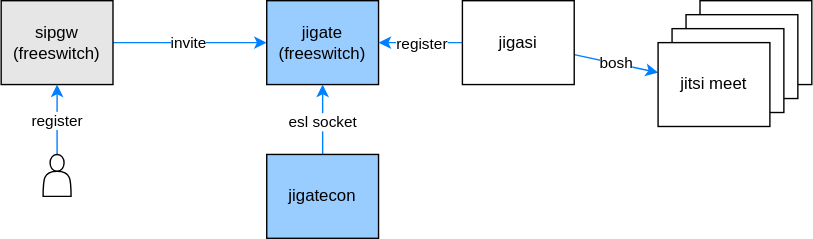
Above: jigate.drawio.svg in jitsi-contrib/jigate (draw.io), before the change. Source tidied: cells renumbered, new cells last; positions are measured from the earlier drawing's top-left corner, leaving out a move shared by most shapes.
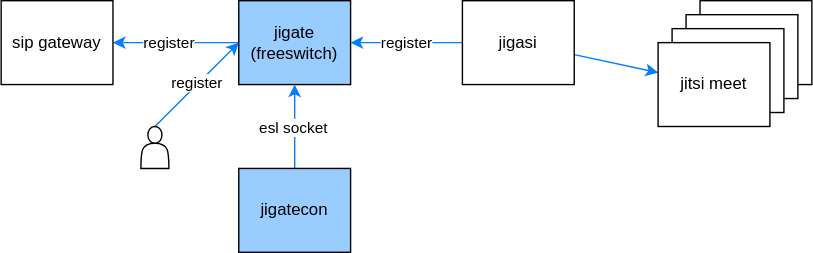
Above is the later version.

What changed in the source:
```diff
@@ -2,17 +2,19 @@
   <root>
     <mxCell id="0" />
     <mxCell id="1" parent="0" />
-    <mxCell id="2" style="edgeStyle=none;html=1;strokeColor=#007FFF;" parent="1" edge="1" source="4" target="5">
+    <mxCell id="2" style="edgeStyle=none;html=1;strokeColor=#007FFF;exitX=0;exitY=0.5;exitDx=0;exitDy=0;entryX=1;entryY=0.5;entryDx=0;entryDy=0;" parent="1" edge="1" source="5" target="4">
       <mxGeometry relative="1" as="geometry" />
     </mxCell>
-    <mxCell id="3" value="invite" style="edgeLabel;html=1;align=center;verticalAlign=middle;strokeColor=#007FFF;" parent="2" vertex="1">
-      <mxGeometry x="-0.04" y="1" relative="1" as="geometry" />
+    <mxCell id="3" value="register" style="edgeLabel;html=1;align=center;verticalAlign=middle;strokeColor=#007FFF;" parent="2" vertex="1">
+      <mxGeometry x="-0.04" y="1" relative="1" as="geometry">
+        <mxPoint x="-7" y="-1" as="offset" />
+      </mxGeometry>
     </mxCell>
-    <mxCell id="4" value="sipgw&lt;br&gt;(freeswitch)" style="rounded=0;whiteSpace=wrap;html=1;fillColor=#E6E6E6;" parent="1" vertex="1">
+    <mxCell id="4" value="sip gateway" style="rounded=0;whiteSpace=wrap;html=1;fillColor=#FFFFFF;" parent="1" vertex="1">
       <mxGeometry width="80" height="60" as="geometry" />
     </mxCell>
     <mxCell id="5" value="jigate&lt;br&gt;(freeswitch)" style="rounded=0;whiteSpace=wrap;html=1;fillColor=#99CCFF;" parent="1" vertex="1">
-      <mxGeometry x="190" width="80" height="60" as="geometry" />
+      <mxGeometry x="170" width="80" height="60" as="geometry" />
     </mxCell>
     <mxCell id="6" style="edgeStyle=none;html=1;strokeColor=#007FFF;" parent="1" edge="1" source="8" target="5">
       <mxGeometry relative="1" as="geometry" />
@@ -21,15 +23,15 @@
       <mxGeometry x="-0.04" y="1" relative="1" as="geometry" />
     </mxCell>
     <mxCell id="8" value="jigatecon" style="rounded=0;whiteSpace=wrap;html=1;fillColor=#99CCFF;" parent="1" vertex="1">
-      <mxGeometry x="190" y="110" width="80" height="60" as="geometry" />
+      <mxGeometry x="170" y="120" width="80" height="60" as="geometry" />
     </mxCell>
-    <mxCell id="9" style="edgeStyle=none;html=1;strokeColor=#007FFF;exitX=0.5;exitY=0;exitDx=0;exitDy=0;" parent="1" edge="1" source="19" target="4">
+    <mxCell id="9" style="edgeStyle=none;html=1;strokeColor=#007FFF;exitX=0.5;exitY=0;exitDx=0;exitDy=0;entryX=0;entryY=0.5;entryDx=0;entryDy=0;" parent="1" edge="1" source="19" target="5">
       <mxGeometry relative="1" as="geometry" />
     </mxCell>
     <mxCell id="10" value="register" style="edgeLabel;html=1;align=center;verticalAlign=middle;" parent="9" vertex="1">
       <mxGeometry y="1" relative="1" as="geometry" />
     </mxCell>
-    <mxCell id="11" value="bosh" style="edgeStyle=none;html=1;strokeColor=#007FFF;" parent="1" edge="1" source="14" target="18">
+    <mxCell id="11" style="edgeStyle=none;html=1;strokeColor=#007FFF;" parent="1" edge="1" source="14" target="18">
       <mxGeometry relative="1" as="geometry" />
     </mxCell>
     <mxCell id="12" style="edgeStyle=none;html=1;strokeColor=#007FFF;" parent="1" edge="1" source="14" target="5">
@@ -54,7 +56,7 @@
       <mxGeometry x="470" y="30" width="80" height="60" as="geometry" />
     </mxCell>
     <mxCell id="19" style="shape=actor;whiteSpace=wrap;html=1;" parent="1" vertex="1">
-      <mxGeometry x="30" y="110" width="20" height="30" as="geometry" />
+      <mxGeometry x="100" y="90" width="20" height="30" as="geometry" />
     </mxCell>
   </root>
 </mxGraphModel>
```
